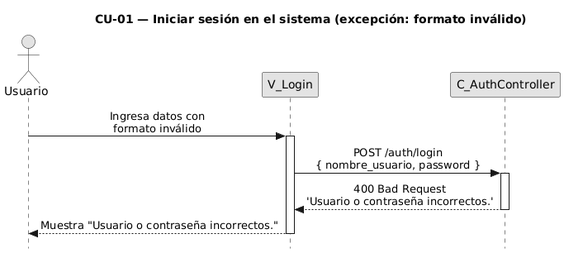
FSM-Finet-y-Cable-Magico/Team_1-Inventario-y-Bodega keeps this PlantUML diagram as diagramas-secuencia/CU01/CU01-exc-formato-invalido.png. Above is the earlier version.
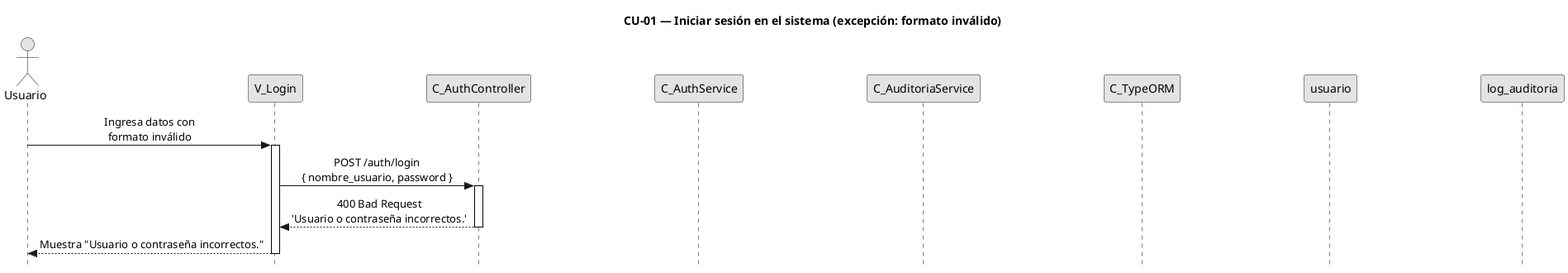
After the commit.

Change to the diagram source:
```diff
@@ -16,6 +16,11 @@
 actor "Usuario" as user
 participant "V_Login" as view
 participant "C_AuthController" as ctrl
+participant "C_AuthService" as svc
+participant "C_AuditoriaService" as aud
+participant "C_TypeORM" as orm
+participant "usuario" as uent
+participant "log_auditoria" as aent
 
 user -> view : Ingresa datos con\nformato inválido
 activate view
```
